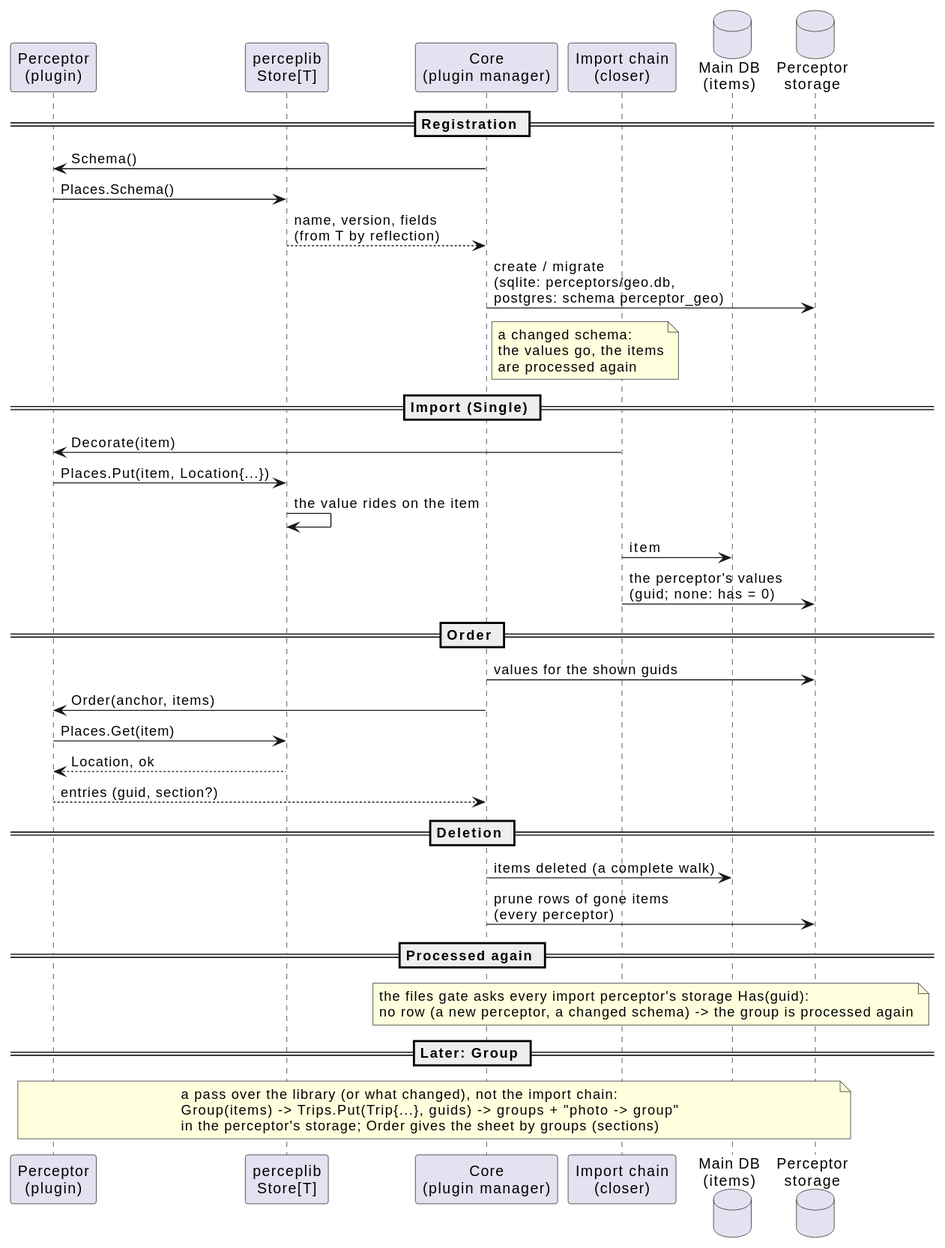
Before: _sb/diagrams/Perceptor data.svg, a diagram exported from PlantUML (eggs-gd/Perceptrail).
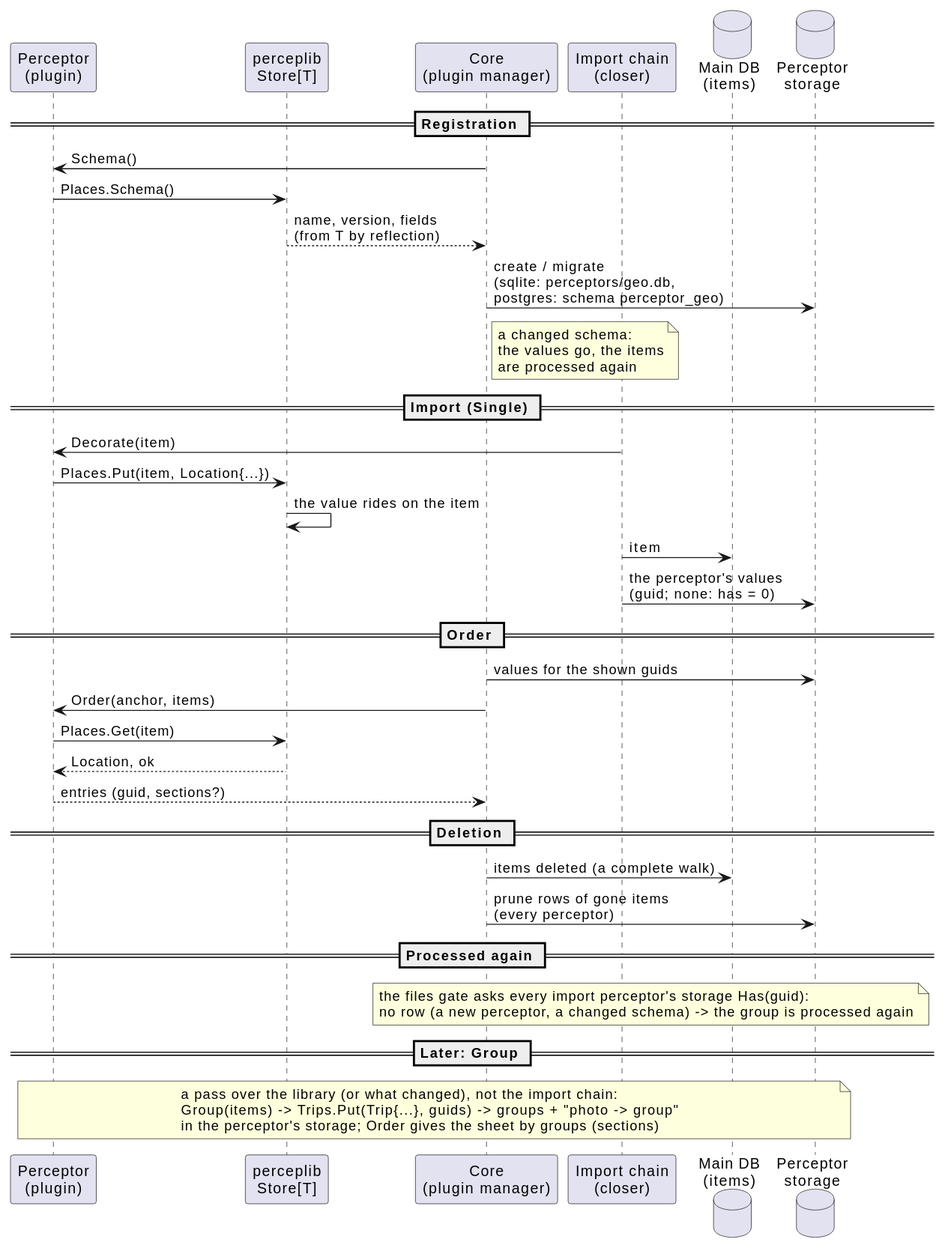
Above is the later version.

The edit, as a diff of the source:
```diff
@@ -26,7 +26,7 @@
 Core -> P: Order(anchor, items)
 P -> S: Places.Get(item)
 S --> P: Location, ok
-P --> Core: entries (guid, section?)
+P --> Core: entries (guid, sections?)
 
 == Deletion ==
 Core -> DB: items deleted (a complete walk)
```
